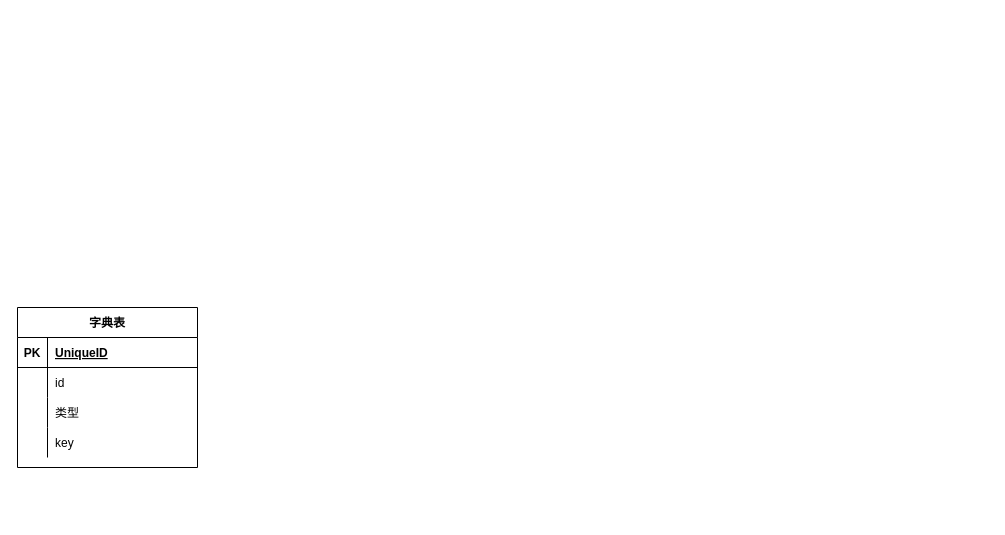
The draw.io diagram Untitled Diagram.drawio in disciplinary/test, before the edit. Source tidied: cells renumbered, new cells numbered last; positions are measured from the earlier drawing's top-left corner, leaving out a move shared by most shapes. Both pictures are drawn from the tidied source at 100%, with x=0, y=0 at pixel (17, 307).
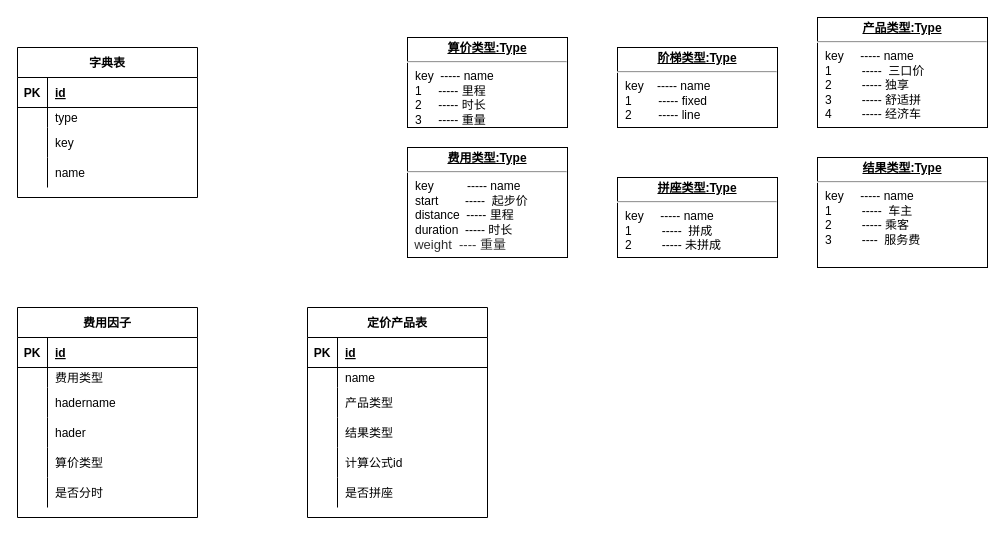
After the change.

Unchanged cells that the change refers to:
```xml
<mxCell id="3" style="shape=partialRectangle;fillColor=none;top=0;left=0;bottom=1;right=0;" parent="2" vertex="1">
  <mxGeometry y="30" width="180" height="30" as="geometry" />
</mxCell>
```

The edit, as a diff of the source:
```diff
@@
-    <mxCell id="2" value="字典表" style="shape=table;startSize=30;childLayout=tableLayout;rowLines=0;fontStyle=1;align=center;" parent="1" vertex="1">
-      <mxGeometry width="180" height="160" as="geometry" />
+    <mxCell id="2" value="费用因子" style="shape=table;startSize=30;childLayout=tableLayout;rowLines=0;fontStyle=1;align=center;" parent="1" vertex="1">
+      <mxGeometry width="180" height="210" as="geometry" />
     </mxCell>
@@
-    <mxCell id="5" value="UniqueID" style="shape=partialRectangle;fillColor=none;top=0;left=0;bottom=0;right=0;align=left;spacingLeft=6;fontStyle=5;overflow=hidden;" parent="3" vertex="1">
+    <mxCell id="5" value="id" style="shape=partialRectangle;fillColor=none;top=0;left=0;bottom=0;right=0;align=left;spacingLeft=6;fontStyle=5;overflow=hidden;" parent="3" vertex="1">
       <mxGeometry x="30" width="150" height="30" as="geometry" />
     </mxCell>
     <mxCell id="6" style="shape=partialRectangle;fillColor=none;top=0;left=0;bottom=0;right=0;" parent="2" vertex="1">
-      <mxGeometry y="60" width="180" height="30" as="geometry" />
+      <mxGeometry y="60" width="180" height="20" as="geometry" />
     </mxCell>
     <mxCell id="7" style="shape=partialRectangle;fillColor=none;top=0;left=0;bottom=0;right=0;overflow=hidden;" parent="6" vertex="1">
-      <mxGeometry width="30" height="30" as="geometry" />
+      <mxGeometry width="30" height="20" as="geometry" />
     </mxCell>
-    <mxCell id="8" value="id" style="shape=partialRectangle;fillColor=none;top=0;left=0;bottom=0;right=0;align=left;spacingLeft=6;overflow=hidden;" parent="6" vertex="1">
-      <mxGeometry x="30" width="150" height="30" as="geometry" />
+    <mxCell id="8" value="费用类型" style="shape=partialRectangle;fillColor=none;top=0;left=0;bottom=0;right=0;align=left;spacingLeft=6;overflow=hidden;" parent="6" vertex="1">
+      <mxGeometry x="30" width="150" height="20" as="geometry" />
     </mxCell>
     <mxCell id="9" style="shape=partialRectangle;fillColor=none;top=0;left=0;bottom=0;right=0;" parent="2" vertex="1">
-      <mxGeometry y="90" width="180" height="30" as="geometry" />
+      <mxGeometry y="80" width="180" height="30" as="geometry" />
     </mxCell>
@@
-    <mxCell id="11" value="类型" style="shape=partialRectangle;fillColor=none;top=0;left=0;bottom=0;right=0;align=left;spacingLeft=6;overflow=hidden;" parent="9" vertex="1">
+    <mxCell id="11" value="hadername" style="shape=partialRectangle;fillColor=none;top=0;left=0;bottom=0;right=0;align=left;spacingLeft=6;overflow=hidden;" parent="9" vertex="1">
       <mxGeometry x="30" width="150" height="30" as="geometry" />
     </mxCell>
     <mxCell id="12" style="shape=partialRectangle;fillColor=none;top=0;left=0;bottom=0;right=0;" parent="2" vertex="1">
-      <mxGeometry y="120" width="180" height="30" as="geometry" />
+      <mxGeometry y="110" width="180" height="30" as="geometry" />
     </mxCell>
@@
-    <mxCell id="14" value="key" style="shape=partialRectangle;fillColor=none;top=0;left=0;bottom=0;right=0;align=left;spacingLeft=6;overflow=hidden;" parent="12" vertex="1">
+    <mxCell id="14" value="hader" style="shape=partialRectangle;fillColor=none;top=0;left=0;bottom=0;right=0;align=left;spacingLeft=6;overflow=hidden;" parent="12" vertex="1">
       <mxGeometry x="30" width="150" height="30" as="geometry" />
     </mxCell>
+    <mxCell id="15" style="shape=partialRectangle;fillColor=none;top=0;left=0;bottom=0;right=0;" parent="2" vertex="1">
+      <mxGeometry y="140" width="180" height="30" as="geometry" />
+    </mxCell>
+    <mxCell id="16" style="shape=partialRectangle;fillColor=none;top=0;left=0;bottom=0;right=0;overflow=hidden;" parent="15" vertex="1">
+      <mxGeometry width="30" height="30" as="geometry" />
+    </mxCell>
+    <mxCell id="17" value="算价类型" style="shape=partialRectangle;fillColor=none;top=0;left=0;bottom=0;right=0;align=left;spacingLeft=6;overflow=hidden;" parent="15" vertex="1">
+      <mxGeometry x="30" width="150" height="30" as="geometry" />
+    </mxCell>
+    <mxCell id="18" style="shape=partialRectangle;fillColor=none;top=0;left=0;bottom=0;right=0;" parent="2" vertex="1">
+      <mxGeometry y="170" width="180" height="30" as="geometry" />
+    </mxCell>
+    <mxCell id="19" style="shape=partialRectangle;fillColor=none;top=0;left=0;bottom=0;right=0;overflow=hidden;" parent="18" vertex="1">
+      <mxGeometry width="30" height="30" as="geometry" />
+    </mxCell>
+    <mxCell id="20" value="是否分时" style="shape=partialRectangle;fillColor=none;top=0;left=0;bottom=0;right=0;align=left;spacingLeft=6;overflow=hidden;" parent="18" vertex="1">
+      <mxGeometry x="30" width="150" height="30" as="geometry" />
+    </mxCell>
+    <mxCell id="21" value="&lt;p style=&quot;margin: 0px ; margin-top: 4px ; text-align: center ; text-decoration: underline&quot;&gt;&lt;b&gt;算价类型:Type&lt;/b&gt;&lt;/p&gt;&lt;hr&gt;&lt;p style=&quot;margin: 0px ; margin-left: 8px&quot;&gt;key&amp;nbsp; ----- name&lt;br&gt;1&amp;nbsp; &amp;nbsp; &amp;nbsp;----- 里程&lt;br&gt;2&amp;nbsp; &amp;nbsp; &amp;nbsp;----- 时长&lt;/p&gt;&lt;p style=&quot;margin: 0px ; margin-left: 8px&quot;&gt;3&amp;nbsp; &amp;nbsp; &amp;nbsp;----- 重量&lt;/p&gt;" style="verticalAlign=top;align=left;overflow=fill;fontSize=12;fontFamily=Helvetica;html=1;" parent="1" vertex="1">
+      <mxGeometry x="390" y="-270" width="160" height="90" as="geometry" />
+    </mxCell>
+    <mxCell id="22" value="&lt;p style=&quot;margin: 0px ; margin-top: 4px ; text-align: center ; text-decoration: underline&quot;&gt;&lt;b&gt;费用类型:Type&lt;/b&gt;&lt;/p&gt;&lt;hr&gt;&lt;p style=&quot;margin: 0px ; margin-left: 8px&quot;&gt;key&amp;nbsp; &amp;nbsp; &amp;nbsp; &amp;nbsp; &amp;nbsp; ----- name&lt;/p&gt;&lt;p style=&quot;margin: 0px ; margin-left: 8px&quot;&gt;start&amp;nbsp; &amp;nbsp; &amp;nbsp; &amp;nbsp; -----&amp;nbsp; 起步价&lt;br&gt;distance&amp;nbsp; ----- 里程&lt;br&gt;duration&amp;nbsp; ----- 时长&lt;/p&gt;&lt;p style=&quot;margin: 0px ; margin-left: 8px&quot;&gt;&amp;nbsp;&amp;nbsp;&lt;/p&gt;&lt;ul class=&quot;word-list&quot; id=&quot;etcTransUL&quot; style=&quot;padding: 0px ; margin: -16px 0px -4px ; list-style: none ; color: rgb(51 , 51 , 51) ; font-family: &amp;#34;stheiti&amp;#34; ; font-size: 13px&quot;&gt;&lt;li style=&quot;line-height: 20px ; margin-bottom: 6px&quot;&gt;&lt;span class=&quot;def&quot; style=&quot;color: rgb(49 , 49 , 49)&quot;&gt;&amp;nbsp; weight&amp;nbsp;&amp;nbsp;&lt;/span&gt;---- 重量&lt;/li&gt;&lt;/ul&gt;" style="verticalAlign=top;align=left;overflow=fill;fontSize=12;fontFamily=Helvetica;html=1;" parent="1" vertex="1">
+      <mxGeometry x="390" y="-160" width="160" height="110" as="geometry" />
+    </mxCell>
+    <mxCell id="23" value="&lt;p style=&quot;margin: 0px ; margin-top: 4px ; text-align: center ; text-decoration: underline&quot;&gt;&lt;b&gt;阶梯类型:Type&lt;/b&gt;&lt;/p&gt;&lt;hr&gt;&lt;p style=&quot;margin: 0px ; margin-left: 8px&quot;&gt;key&amp;nbsp; &amp;nbsp; ----- name&lt;/p&gt;&lt;p style=&quot;margin: 0px ; margin-left: 8px&quot;&gt;1&amp;nbsp; &amp;nbsp; &amp;nbsp; &amp;nbsp; ----- fixed&lt;br&gt;2&amp;nbsp; &amp;nbsp; &amp;nbsp; &amp;nbsp; ----- line&lt;br&gt;&lt;/p&gt;" style="verticalAlign=top;align=left;overflow=fill;fontSize=12;fontFamily=Helvetica;html=1;" parent="1" vertex="1">
+      <mxGeometry x="600" y="-260" width="160" height="80" as="geometry" />
+    </mxCell>
+    <mxCell id="24" value="&lt;p style=&quot;margin: 0px ; margin-top: 4px ; text-align: center ; text-decoration: underline&quot;&gt;&lt;b&gt;拼座类型:Type&lt;/b&gt;&lt;/p&gt;&lt;hr&gt;&lt;p style=&quot;margin: 0px ; margin-left: 8px&quot;&gt;key&amp;nbsp; &amp;nbsp; &amp;nbsp;----- name&lt;/p&gt;&lt;p style=&quot;margin: 0px ; margin-left: 8px&quot;&gt;1&amp;nbsp; &amp;nbsp; &amp;nbsp; &amp;nbsp; &amp;nbsp;-----&amp;nbsp; 拼成&lt;br&gt;2&amp;nbsp; &amp;nbsp; &amp;nbsp; &amp;nbsp; &amp;nbsp;----- 未拼成&lt;br&gt;&lt;/p&gt;" style="verticalAlign=top;align=left;overflow=fill;fontSize=12;fontFamily=Helvetica;html=1;" parent="1" vertex="1">
+      <mxGeometry x="600" y="-130" width="160" height="80" as="geometry" />
+    </mxCell>
+    <mxCell id="25" value="字典表" style="shape=table;startSize=30;childLayout=tableLayout;rowLines=0;fontStyle=1;align=center;" parent="1" vertex="1">
+      <mxGeometry y="-260" width="180" height="150" as="geometry" />
+    </mxCell>
+    <mxCell id="26" style="shape=partialRectangle;fillColor=none;top=0;left=0;bottom=1;right=0;" parent="25" vertex="1">
+      <mxGeometry y="30" width="180" height="30" as="geometry" />
+    </mxCell>
+    <mxCell id="27" value="PK" style="shape=partialRectangle;fillColor=none;top=0;left=0;bottom=0;right=0;fontStyle=1;overflow=hidden;" parent="26" vertex="1">
+      <mxGeometry width="30" height="30" as="geometry" />
+    </mxCell>
+    <mxCell id="28" value="id" style="shape=partialRectangle;fillColor=none;top=0;left=0;bottom=0;right=0;align=left;spacingLeft=6;fontStyle=5;overflow=hidden;" parent="26" vertex="1">
+      <mxGeometry x="30" width="150" height="30" as="geometry" />
+    </mxCell>
+    <mxCell id="29" style="shape=partialRectangle;fillColor=none;top=0;left=0;bottom=0;right=0;" parent="25" vertex="1">
+      <mxGeometry y="60" width="180" height="20" as="geometry" />
+    </mxCell>
+    <mxCell id="30" style="shape=partialRectangle;fillColor=none;top=0;left=0;bottom=0;right=0;overflow=hidden;" parent="29" vertex="1">
+      <mxGeometry width="30" height="20" as="geometry" />
+    </mxCell>
+    <mxCell id="31" value="type" style="shape=partialRectangle;fillColor=none;top=0;left=0;bottom=0;right=0;align=left;spacingLeft=6;overflow=hidden;" parent="29" vertex="1">
+      <mxGeometry x="30" width="150" height="20" as="geometry" />
+    </mxCell>
+    <mxCell id="32" style="shape=partialRectangle;fillColor=none;top=0;left=0;bottom=0;right=0;" parent="25" vertex="1">
+      <mxGeometry y="80" width="180" height="30" as="geometry" />
+    </mxCell>
+    <mxCell id="33" style="shape=partialRectangle;fillColor=none;top=0;left=0;bottom=0;right=0;overflow=hidden;" parent="32" vertex="1">
+      <mxGeometry width="30" height="30" as="geometry" />
+    </mxCell>
+    <mxCell id="34" value="key" style="shape=partialRectangle;fillColor=none;top=0;left=0;bottom=0;right=0;align=left;spacingLeft=6;overflow=hidden;" parent="32" vertex="1">
+      <mxGeometry x="30" width="150" height="30" as="geometry" />
+    </mxCell>
+    <mxCell id="35" style="shape=partialRectangle;fillColor=none;top=0;left=0;bottom=0;right=0;" parent="25" vertex="1">
+      <mxGeometry y="110" width="180" height="30" as="geometry" />
+    </mxCell>
+    <mxCell id="36" style="shape=partialRectangle;fillColor=none;top=0;left=0;bottom=0;right=0;overflow=hidden;" parent="35" vertex="1">
+      <mxGeometry width="30" height="30" as="geometry" />
+    </mxCell>
+    <mxCell id="37" value="name" style="shape=partialRectangle;fillColor=none;top=0;left=0;bottom=0;right=0;align=left;spacingLeft=6;overflow=hidden;" parent="35" vertex="1">
+      <mxGeometry x="30" width="150" height="30" as="geometry" />
+    </mxCell>
+    <mxCell id="38" value="定价产品表" style="shape=table;startSize=30;childLayout=tableLayout;rowLines=0;fontStyle=1;align=center;" parent="1" vertex="1">
+      <mxGeometry x="290" width="180" height="210" as="geometry" />
+    </mxCell>
+    <mxCell id="39" style="shape=partialRectangle;fillColor=none;top=0;left=0;bottom=1;right=0;" parent="38" vertex="1">
+      <mxGeometry y="30" width="180" height="30" as="geometry" />
+    </mxCell>
+    <mxCell id="40" value="PK" style="shape=partialRectangle;fillColor=none;top=0;left=0;bottom=0;right=0;fontStyle=1;overflow=hidden;" parent="39" vertex="1">
+      <mxGeometry width="30" height="30" as="geometry" />
+    </mxCell>
+    <mxCell id="41" value="id" style="shape=partialRectangle;fillColor=none;top=0;left=0;bottom=0;right=0;align=left;spacingLeft=6;fontStyle=5;overflow=hidden;" parent="39" vertex="1">
+      <mxGeometry x="30" width="150" height="30" as="geometry" />
+    </mxCell>
+    <mxCell id="42" style="shape=partialRectangle;fillColor=none;top=0;left=0;bottom=0;right=0;" parent="38" vertex="1">
+      <mxGeometry y="60" width="180" height="20" as="geometry" />
+    </mxCell>
+    <mxCell id="43" style="shape=partialRectangle;fillColor=none;top=0;left=0;bottom=0;right=0;overflow=hidden;" parent="42" vertex="1">
+      <mxGeometry width="30" height="20" as="geometry" />
+    </mxCell>
+    <mxCell id="44" value="name" style="shape=partialRectangle;fillColor=none;top=0;left=0;bottom=0;right=0;align=left;spacingLeft=6;overflow=hidden;" parent="42" vertex="1">
+      <mxGeometry x="30" width="150" height="20" as="geometry" />
+    </mxCell>
+    <mxCell id="45" style="shape=partialRectangle;fillColor=none;top=0;left=0;bottom=0;right=0;" parent="38" vertex="1">
+      <mxGeometry y="80" width="180" height="30" as="geometry" />
+    </mxCell>
+    <mxCell id="46" style="shape=partialRectangle;fillColor=none;top=0;left=0;bottom=0;right=0;overflow=hidden;" parent="45" vertex="1">
+      <mxGeometry width="30" height="30" as="geometry" />
+    </mxCell>
+    <mxCell id="47" value="产品类型" style="shape=partialRectangle;fillColor=none;top=0;left=0;bottom=0;right=0;align=left;spacingLeft=6;overflow=hidden;" parent="45" vertex="1">
+      <mxGeometry x="30" width="150" height="30" as="geometry" />
+    </mxCell>
+    <mxCell id="48" style="shape=partialRectangle;fillColor=none;top=0;left=0;bottom=0;right=0;" parent="38" vertex="1">
+      <mxGeometry y="110" width="180" height="30" as="geometry" />
+    </mxCell>
+    <mxCell id="49" style="shape=partialRectangle;fillColor=none;top=0;left=0;bottom=0;right=0;overflow=hidden;" parent="48" vertex="1">
+      <mxGeometry width="30" height="30" as="geometry" />
+    </mxCell>
+    <mxCell id="50" value="结果类型" style="shape=partialRectangle;fillColor=none;top=0;left=0;bottom=0;right=0;align=left;spacingLeft=6;overflow=hidden;" parent="48" vertex="1">
+      <mxGeometry x="30" width="150" height="30" as="geometry" />
+    </mxCell>
+    <mxCell id="51" style="shape=partialRectangle;fillColor=none;top=0;left=0;bottom=0;right=0;" parent="38" vertex="1">
+      <mxGeometry y="140" width="180" height="30" as="geometry" />
+    </mxCell>
+    <mxCell id="52" style="shape=partialRectangle;fillColor=none;top=0;left=0;bottom=0;right=0;overflow=hidden;" parent="51" vertex="1">
+      <mxGeometry width="30" height="30" as="geometry" />
+    </mxCell>
+    <mxCell id="53" value="计算公式id" style="shape=partialRectangle;fillColor=none;top=0;left=0;bottom=0;right=0;align=left;spacingLeft=6;overflow=hidden;" parent="51" vertex="1">
+      <mxGeometry x="30" width="150" height="30" as="geometry" />
+    </mxCell>
+    <mxCell id="54" style="shape=partialRectangle;fillColor=none;top=0;left=0;bottom=0;right=0;" parent="38" vertex="1">
+      <mxGeometry y="170" width="180" height="30" as="geometry" />
+    </mxCell>
+    <mxCell id="55" style="shape=partialRectangle;fillColor=none;top=0;left=0;bottom=0;right=0;overflow=hidden;" parent="54" vertex="1">
+      <mxGeometry width="30" height="30" as="geometry" />
+    </mxCell>
+    <mxCell id="56" value="是否拼座" style="shape=partialRectangle;fillColor=none;top=0;left=0;bottom=0;right=0;align=left;spacingLeft=6;overflow=hidden;" parent="54" vertex="1">
+      <mxGeometry x="30" width="150" height="30" as="geometry" />
+    </mxCell>
+    <mxCell id="57" value="&lt;p style=&quot;margin: 0px ; margin-top: 4px ; text-align: center ; text-decoration: underline&quot;&gt;&lt;b&gt;结果类型:Type&lt;/b&gt;&lt;/p&gt;&lt;hr&gt;&lt;p style=&quot;margin: 0px ; margin-left: 8px&quot;&gt;key&amp;nbsp; &amp;nbsp; &amp;nbsp;----- name&lt;/p&gt;&lt;p style=&quot;margin: 0px ; margin-left: 8px&quot;&gt;1&amp;nbsp; &amp;nbsp; &amp;nbsp; &amp;nbsp; &amp;nbsp;-----&amp;nbsp; 车主&lt;br&gt;2&amp;nbsp; &amp;nbsp; &amp;nbsp; &amp;nbsp; &amp;nbsp;----- 乘客&lt;br&gt;&lt;/p&gt;&lt;p style=&quot;margin: 0px ; margin-left: 8px&quot;&gt;3&amp;nbsp; &amp;nbsp; &amp;nbsp; &amp;nbsp; &amp;nbsp;----&amp;nbsp; 服务费&lt;/p&gt;" style="verticalAlign=top;align=left;overflow=fill;fontSize=12;fontFamily=Helvetica;html=1;" parent="1" vertex="1">
+      <mxGeometry x="800" y="-150" width="170" height="110" as="geometry" />
+    </mxCell>
+    <mxCell id="58" value="&lt;p style=&quot;margin: 0px ; margin-top: 4px ; text-align: center ; text-decoration: underline&quot;&gt;&lt;b&gt;产品类型:Type&lt;/b&gt;&lt;/p&gt;&lt;hr&gt;&lt;p style=&quot;margin: 0px ; margin-left: 8px&quot;&gt;key&amp;nbsp; &amp;nbsp; &amp;nbsp;----- name&lt;/p&gt;&lt;p style=&quot;margin: 0px ; margin-left: 8px&quot;&gt;1&amp;nbsp; &amp;nbsp; &amp;nbsp; &amp;nbsp; &amp;nbsp;-----&amp;nbsp; 三口价&lt;br&gt;2&amp;nbsp; &amp;nbsp; &amp;nbsp; &amp;nbsp; &amp;nbsp;----- 独享&lt;br&gt;&lt;/p&gt;&lt;p style=&quot;margin: 0px ; margin-left: 8px&quot;&gt;3&amp;nbsp; &amp;nbsp; &amp;nbsp; &amp;nbsp; &amp;nbsp;----- 舒适拼&lt;/p&gt;&lt;p style=&quot;margin: 0px ; margin-left: 8px&quot;&gt;4&amp;nbsp; &amp;nbsp; &amp;nbsp; &amp;nbsp; &amp;nbsp;----- 经济车&lt;/p&gt;" style="verticalAlign=top;align=left;overflow=fill;fontSize=12;fontFamily=Helvetica;html=1;" parent="1" vertex="1">
+      <mxGeometry x="800" y="-290" width="170" height="110" as="geometry" />
+    </mxCell>
```
